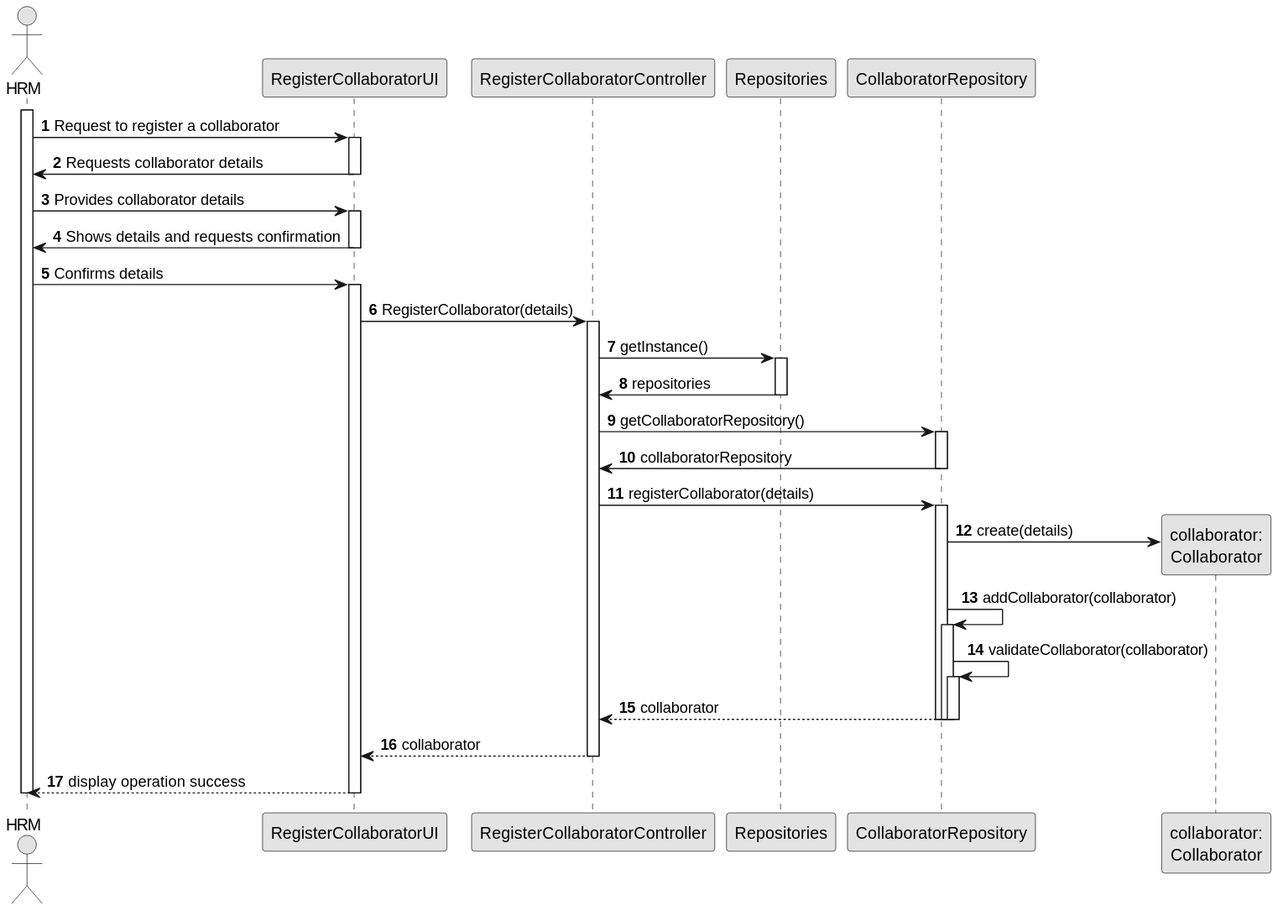
The PlantUML diagram docs/sprintB/us003/03.design/svg/us003-sequence-diagram-full.svg in diogoveirospro/lei-24-s2-1dg-g072, before a commit.
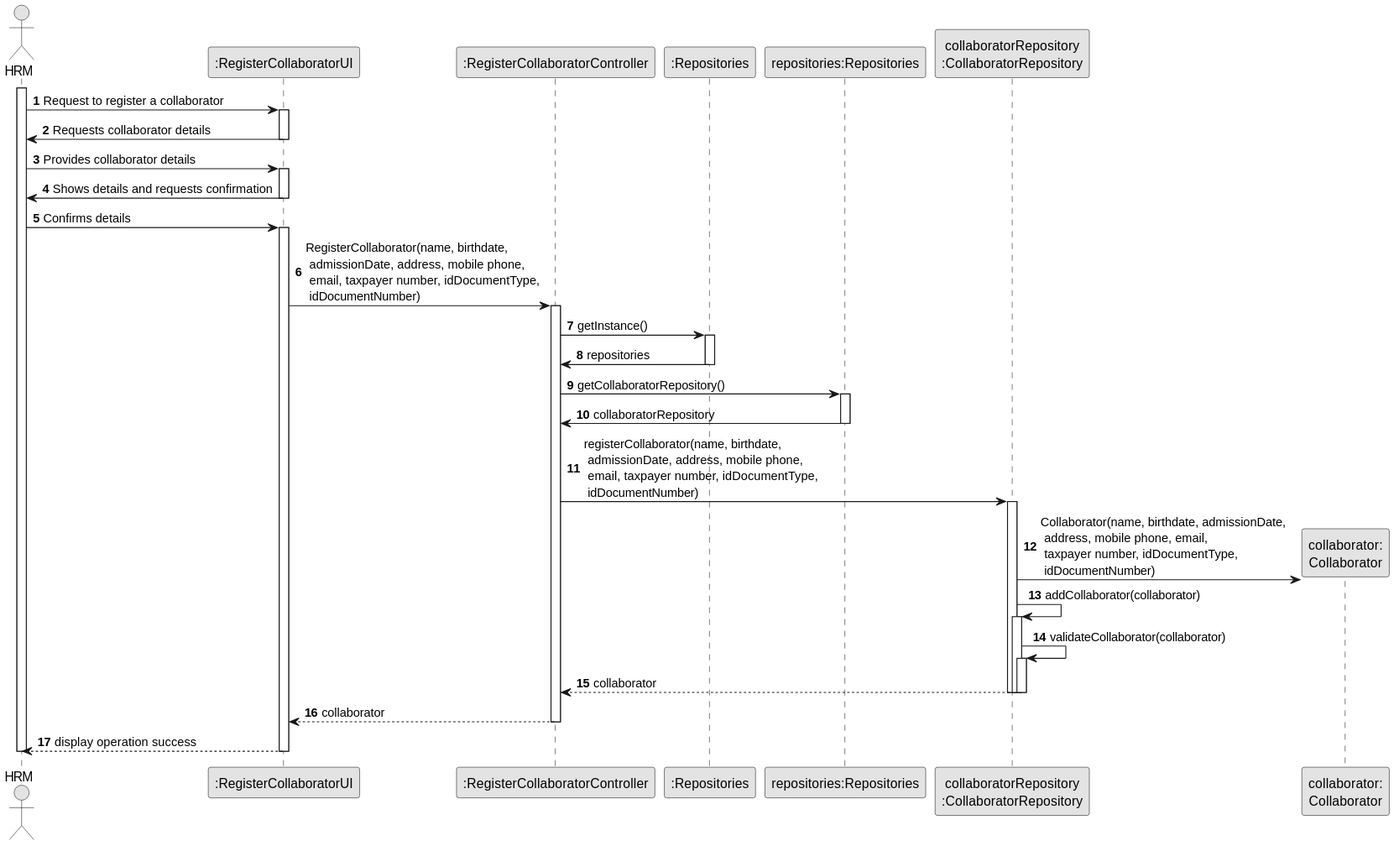
Above is the later version.

Change to the diagram source:
```diff
@@ -5,10 +5,11 @@
 
 autonumber
 actor HRM
-participant RegisterCollaboratorUI
-participant RegisterCollaboratorController
-participant Repositories
-participant CollaboratorRepository
+participant ":RegisterCollaboratorUI" as RegisterCollaboratorUI
+participant ":RegisterCollaboratorController" as RegisterCollaboratorController
+participant ":Repositories" as REP
+participant "repositories:Repositories" as repositories
+participant "collaboratorRepository\n:CollaboratorRepository" as CollaboratorRepository
 participant "collaborator:\nCollaborator" as collaborator
 
 activate HRM
@@ -22,19 +23,19 @@
 deactivate RegisterCollaboratorUI
 HRM -> RegisterCollaboratorUI: Confirms details
 activate RegisterCollaboratorUI
-RegisterCollaboratorUI -> RegisterCollaboratorController: RegisterCollaborator(details)
+RegisterCollaboratorUI -> RegisterCollaboratorController: RegisterCollaborator(name, birthdate,\n admissionDate, address, mobile phone,\n email, taxpayer number, idDocumentType,\n idDocumentNumber)
 activate RegisterCollaboratorController
-RegisterCollaboratorController -> Repositories: getInstance()
-activate Repositories
-Repositories -> RegisterCollaboratorController: repositories
-deactivate Repositories
-RegisterCollaboratorController -> CollaboratorRepository: getCollaboratorRepository()
+RegisterCollaboratorController -> REP: getInstance()
+activate REP
+REP -> RegisterCollaboratorController: repositories
+deactivate REP
+RegisterCollaboratorController -> repositories: getCollaboratorRepository()
+activate repositories
+repositories -> RegisterCollaboratorController: collaboratorRepository
+deactivate repositories
+RegisterCollaboratorController -> CollaboratorRepository: registerCollaborator(name, birthdate,\n admissionDate, address, mobile phone,\n email, taxpayer number, idDocumentType,\n idDocumentNumber)
 activate CollaboratorRepository
-CollaboratorRepository -> RegisterCollaboratorController: collaboratorRepository
-deactivate CollaboratorRepository
-RegisterCollaboratorController -> CollaboratorRepository: registerCollaborator(details)
-activate CollaboratorRepository
-CollaboratorRepository -> collaborator**: create(details)
+CollaboratorRepository -> collaborator**: Collaborator(name, birthdate, admissionDate,\n address, mobile phone, email,\n taxpayer number, idDocumentType,\n idDocumentNumber)
 CollaboratorRepository -> CollaboratorRepository: addCollaborator(collaborator)
 
 activate CollaboratorRepository
```
